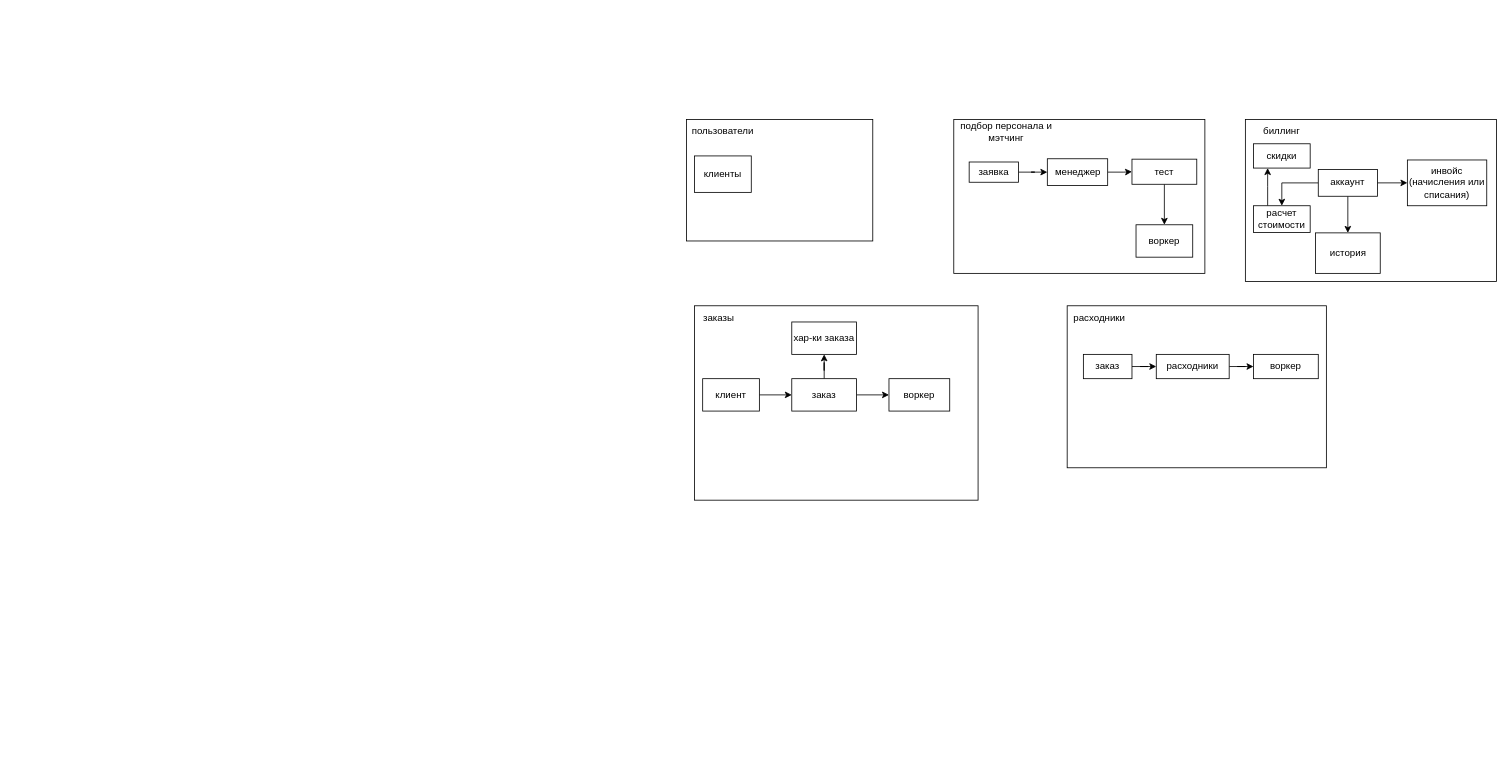
Before: home_works/1/data_model/data_model_mcf.drawio in JaneJavannie/system_design_mcf, a draw.io diagram. Source tidied: cells renumbered, new cells numbered last; positions are measured from the earlier drawing's top-left corner, leaving out a move shared by most shapes. Both pictures are drawn from the tidied source at 81%, with x=0, y=0 at pixel (686, 119).
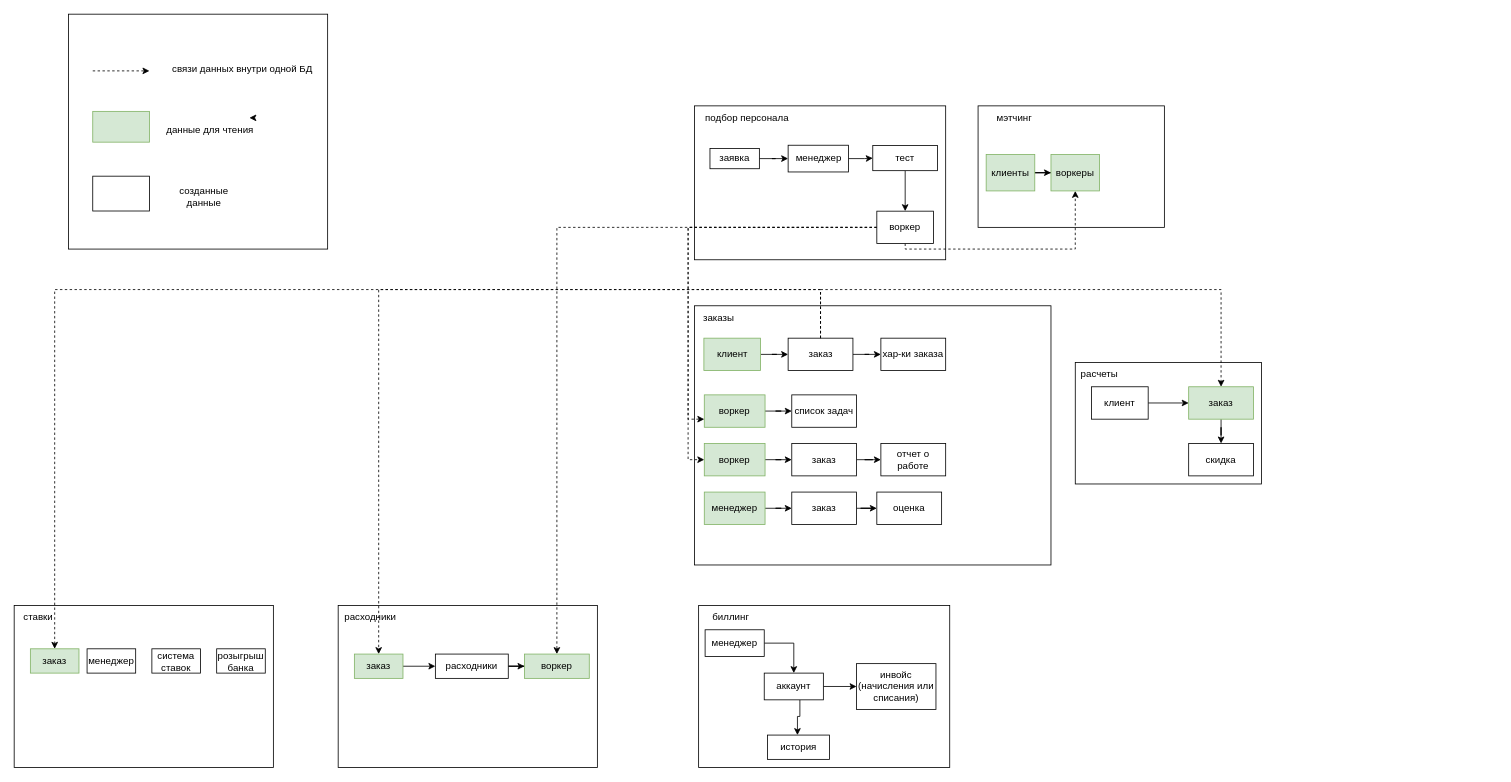
The same page after the edit.

Diff of the diagram source:
```diff
@@
     <mxCell id="2" style="rounded=0;whiteSpace=wrap;html=1;" parent="1" vertex="1">
-      <mxGeometry width="230" height="150" as="geometry" />
+      <mxGeometry x="360" y="-16.8" width="230" height="150" as="geometry" />
     </mxCell>
     <mxCell id="3" style="rounded=0;whiteSpace=wrap;html=1;" parent="1" vertex="1">
-      <mxGeometry x="330" width="310" height="190" as="geometry" />
+      <mxGeometry x="10" y="-16.8" width="310" height="190" as="geometry" />
     </mxCell>
     <mxCell id="4" style="rounded=0;whiteSpace=wrap;html=1;" parent="1" vertex="1">
-      <mxGeometry x="690" width="310" height="200" as="geometry" />
+      <mxGeometry x="15" y="600" width="310" height="200" as="geometry" />
     </mxCell>
     <mxCell id="5" style="rounded=0;whiteSpace=wrap;html=1;" parent="1" vertex="1">
-      <mxGeometry x="10" y="230" width="350" height="240" as="geometry" />
+      <mxGeometry x="10" y="230" width="440" height="320" as="geometry" />
     </mxCell>
     <mxCell id="6" style="rounded=0;whiteSpace=wrap;html=1;" parent="1" vertex="1">
-      <mxGeometry x="470" y="230" width="320" height="200" as="geometry" />
+      <mxGeometry x="-430" y="600" width="320" height="200" as="geometry" />
     </mxCell>
-    <mxCell id="7" value="пользователи" style="text;html=1;align=center;verticalAlign=middle;whiteSpace=wrap;rounded=0;" parent="1" vertex="1">
-      <mxGeometry width="90" height="30" as="geometry" />
+    <mxCell id="7" value="мэтчинг" style="text;html=1;align=center;verticalAlign=middle;whiteSpace=wrap;rounded=0;" parent="1" vertex="1">
+      <mxGeometry x="360" y="-16.8" width="90" height="30" as="geometry" />
     </mxCell>
-    <mxCell id="8" value="подбор персонала и мэтчинг" style="text;html=1;align=center;verticalAlign=middle;whiteSpace=wrap;rounded=0;" parent="1" vertex="1">
-      <mxGeometry x="330" width="130" height="30" as="geometry" />
+    <mxCell id="8" value="подбор персонала" style="text;html=1;align=center;verticalAlign=middle;whiteSpace=wrap;rounded=0;" parent="1" vertex="1">
+      <mxGeometry x="10" y="-16.8" width="130" height="30" as="geometry" />
     </mxCell>
@@
     <mxCell id="10" value="расходники" style="text;html=1;align=center;verticalAlign=middle;whiteSpace=wrap;rounded=0;" parent="1" vertex="1">
-      <mxGeometry x="470" y="230" width="80" height="30" as="geometry" />
+      <mxGeometry x="-430" y="600" width="80" height="30" as="geometry" />
     </mxCell>
     <mxCell id="11" value="биллинг" style="text;html=1;align=center;verticalAlign=middle;whiteSpace=wrap;rounded=0;" parent="1" vertex="1">
-      <mxGeometry x="690" width="90" height="30" as="geometry" />
+      <mxGeometry x="10" y="600" width="90" height="30" as="geometry" />
     </mxCell>
+    <mxCell id="41" style="edgeStyle=orthogonalEdgeStyle;rounded=0;jettySize=auto;html=1;entryX=0;entryY=0.5;entryDx=0;entryDy=0;" parent="1" edge="1" source="12" target="52">
+      <mxGeometry relative="1" as="geometry" />
+    </mxCell>
-    <mxCell id="12" value="клиенты" style="rounded=0;whiteSpace=wrap;html=1;" parent="1" vertex="1">
-      <mxGeometry x="10" y="45" width="70" height="45" as="geometry" />
+    <mxCell id="12" value="клиенты" style="rounded=0;whiteSpace=wrap;html=1;fillColor=#d5e8d4;strokeColor=#82b366;" parent="1" vertex="1">
+      <mxGeometry x="370" y="43.2" width="60" height="45" as="geometry" />
     </mxCell>
-    <mxCell id="13" style="edgeStyle=orthogonalEdgeStyle;rounded=0;jettySize=auto;html=1;entryX=0;entryY=0.5;entryDx=0;entryDy=0;" parent="1" edge="1" source="15" target="19">
-      <mxGeometry relative="1" as="geometry" />
-    </mxCell>
@@
+    <mxCell id="42" style="edgeStyle=orthogonalEdgeStyle;rounded=0;jettySize=auto;html=1;entryX=0.5;entryY=0;entryDx=0;entryDy=0;dashed=1;" parent="1" edge="1" source="15" target="37">
+      <mxGeometry relative="1" as="geometry">
+        <Array as="points">
+          <mxPoint x="166" y="210" />
+          <mxPoint x="-380" y="210" />
+        </Array>
+      </mxGeometry>
+    </mxCell>
     <mxCell id="15" value="заказ" style="rounded=0;whiteSpace=wrap;html=1;" parent="1" vertex="1">
-      <mxGeometry x="130" y="320" width="80" height="40" as="geometry" />
+      <mxGeometry x="125.5" y="270" width="80" height="40" as="geometry" />
     </mxCell>
     <mxCell id="16" value="хар-ки заказа" style="rounded=0;whiteSpace=wrap;html=1;" parent="1" vertex="1">
-      <mxGeometry x="130" y="250" width="80" height="40" as="geometry" />
+      <mxGeometry x="240" y="270" width="80" height="40" as="geometry" />
     </mxCell>
@@
-    <mxCell id="18" value="клиент" style="rounded=0;whiteSpace=wrap;html=1;" parent="1" vertex="1">
-      <mxGeometry x="20" y="320" width="70" height="40" as="geometry" />
+    <mxCell id="18" value="клиент" style="rounded=0;whiteSpace=wrap;html=1;fillColor=#d5e8d4;strokeColor=#82b366;" parent="1" vertex="1">
+      <mxGeometry x="21.5" y="270" width="70" height="40" as="geometry" />
     </mxCell>
+    <mxCell id="43" style="edgeStyle=orthogonalEdgeStyle;rounded=0;jettySize=auto;html=1;entryX=0;entryY=0.5;entryDx=0;entryDy=0;" parent="1" edge="1" source="19" target="58">
+      <mxGeometry relative="1" as="geometry" />
+    </mxCell>
-    <mxCell id="19" value="воркер" style="rounded=0;whiteSpace=wrap;html=1;" parent="1" vertex="1">
-      <mxGeometry x="250" y="320" width="75" height="40" as="geometry" />
+    <mxCell id="19" value="воркер" style="rounded=0;whiteSpace=wrap;html=1;fillColor=#d5e8d4;strokeColor=#82b366;" parent="1" vertex="1">
+      <mxGeometry x="22" y="340" width="75" height="40" as="geometry" />
     </mxCell>
@@
     <mxCell id="21" value="заявка" style="rounded=0;whiteSpace=wrap;html=1;" parent="1" vertex="1">
-      <mxGeometry x="349" y="52.5" width="61" height="25" as="geometry" />
+      <mxGeometry x="29" y="35.8" width="61" height="25" as="geometry" />
     </mxCell>
@@
     <mxCell id="23" value="менеджер" style="rounded=0;whiteSpace=wrap;html=1;" parent="1" vertex="1">
-      <mxGeometry x="445.5" y="48.5" width="74.5" height="33" as="geometry" />
+      <mxGeometry x="125.5" y="31.8" width="74.5" height="33" as="geometry" />
     </mxCell>
@@
     <mxCell id="25" value="тест" style="rounded=0;whiteSpace=wrap;html=1;" parent="1" vertex="1">
-      <mxGeometry x="550" y="49" width="80" height="31" as="geometry" />
+      <mxGeometry x="230" y="32.2" width="80" height="31" as="geometry" />
     </mxCell>
+    <mxCell id="44" style="edgeStyle=orthogonalEdgeStyle;rounded=0;jettySize=auto;html=1;entryX=0.5;entryY=1;entryDx=0;entryDy=0;dashed=1;" parent="1" edge="1" source="26" target="52">
+      <mxGeometry relative="1" as="geometry">
+        <Array as="points">
+          <mxPoint x="270" y="160" />
+          <mxPoint x="480" y="160" />
+        </Array>
+      </mxGeometry>
+    </mxCell>
+    <mxCell id="45" style="edgeStyle=orthogonalEdgeStyle;rounded=0;jettySize=auto;html=1;entryX=0;entryY=0.75;entryDx=0;entryDy=0;dashed=1;" parent="1" edge="1" source="26" target="19">
+      <mxGeometry relative="1" as="geometry" />
+    </mxCell>
+    <mxCell id="46" style="edgeStyle=orthogonalEdgeStyle;rounded=0;jettySize=auto;html=1;entryX=0;entryY=0.5;entryDx=0;entryDy=0;dashed=1;" parent="1" edge="1" source="26" target="62">
+      <mxGeometry relative="1" as="geometry" />
+    </mxCell>
+    <mxCell id="47" style="edgeStyle=orthogonalEdgeStyle;rounded=0;jettySize=auto;html=1;entryX=0.5;entryY=0;entryDx=0;entryDy=0;dashed=1;" parent="1" edge="1" source="26" target="40">
+      <mxGeometry relative="1" as="geometry" />
+    </mxCell>
     <mxCell id="26" value="воркер" style="rounded=0;whiteSpace=wrap;html=1;" parent="1" vertex="1">
-      <mxGeometry x="555" y="130" width="70" height="40" as="geometry" />
+      <mxGeometry x="235" y="113.2" width="70" height="40" as="geometry" />
     </mxCell>
@@
     <mxCell id="28" style="edgeStyle=orthogonalEdgeStyle;rounded=0;jettySize=auto;html=1;" parent="1" edge="1" source="30" target="32">
-      <mxGeometry relative="1" as="geometry" />
+      <mxGeometry relative="1" as="geometry">
+        <Array as="points">
+          <mxPoint x="140" y="737" />
+          <mxPoint x="137" y="737" />
+        </Array>
+      </mxGeometry>
     </mxCell>
-    <mxCell id="29" style="edgeStyle=orthogonalEdgeStyle;rounded=0;jettySize=auto;html=1;entryX=0.5;entryY=0;entryDx=0;entryDy=0;" parent="1" edge="1" source="30" target="35">
-      <mxGeometry relative="1" as="geometry" />
-    </mxCell>
     <mxCell id="30" value="аккаунт" style="rounded=0;whiteSpace=wrap;html=1;" parent="1" vertex="1">
-      <mxGeometry x="780" y="61.8" width="73" height="33" as="geometry" />
+      <mxGeometry x="96" y="683.5" width="73" height="33" as="geometry" />
     </mxCell>
     <mxCell id="31" value="инвойс (начисления или списания)" style="rounded=0;whiteSpace=wrap;html=1;" parent="1" vertex="1">
-      <mxGeometry x="890" y="50" width="98" height="56.5" as="geometry" />
+      <mxGeometry x="210" y="671.8" width="98" height="56.5" as="geometry" />
     </mxCell>
     <mxCell id="32" value="история" style="rounded=0;whiteSpace=wrap;html=1;" parent="1" vertex="1">
-      <mxGeometry x="776.5" y="140" width="80" height="50" as="geometry" />
+      <mxGeometry x="100" y="760" width="76.5" height="30" as="geometry" />
     </mxCell>
-    <mxCell id="33" value="скидки" style="rounded=0;whiteSpace=wrap;html=1;" parent="1" vertex="1">
-      <mxGeometry x="700" y="30" width="70" height="30" as="geometry" />
-    </mxCell>
-    <mxCell id="34" style="edgeStyle=orthogonalEdgeStyle;rounded=0;jettySize=auto;html=1;entryX=0.25;entryY=1;entryDx=0;entryDy=0;" parent="1" edge="1" source="35" target="33">
-      <mxGeometry relative="1" as="geometry">
-        <Array as="points">
-          <mxPoint x="718" y="83" />
-        </Array>
-      </mxGeometry>
-    </mxCell>
-    <mxCell id="35" value="расчет стоимости" style="rounded=0;whiteSpace=wrap;html=1;" parent="1" vertex="1">
-      <mxGeometry x="700" y="106.5" width="70" height="33" as="geometry" />
-    </mxCell>
@@
-    <mxCell id="37" value="заказ" style="rounded=0;whiteSpace=wrap;html=1;" parent="1" vertex="1">
-      <mxGeometry x="490" y="290" width="60" height="30" as="geometry" />
+    <mxCell id="37" value="заказ" style="rounded=0;whiteSpace=wrap;html=1;fillColor=#d5e8d4;strokeColor=#82b366;" parent="1" vertex="1">
+      <mxGeometry x="-410" y="660" width="60" height="30" as="geometry" />
     </mxCell>
@@
     <mxCell id="39" value="расходники" style="rounded=0;whiteSpace=wrap;html=1;" parent="1" vertex="1">
-      <mxGeometry x="580" y="290" width="90" height="30" as="geometry" />
+      <mxGeometry x="-310" y="660" width="90" height="30" as="geometry" />
     </mxCell>
-    <mxCell id="40" value="воркер" style="rounded=0;whiteSpace=wrap;html=1;" parent="1" vertex="1">
-      <mxGeometry x="700" y="290" width="80" height="30" as="geometry" />
+    <mxCell id="40" value="воркер" style="rounded=0;whiteSpace=wrap;html=1;fillColor=#d5e8d4;strokeColor=#82b366;" parent="1" vertex="1">
+      <mxGeometry x="-200" y="660" width="80" height="30" as="geometry" />
     </mxCell>
+    <mxCell id="48" style="rounded=0;whiteSpace=wrap;html=1;" parent="1" vertex="1">
+      <mxGeometry x="480" y="300" width="230" height="150" as="geometry" />
+    </mxCell>
+    <mxCell id="49" value="расчеты" style="text;html=1;align=center;verticalAlign=middle;whiteSpace=wrap;rounded=0;" parent="1" vertex="1">
+      <mxGeometry x="480" y="300" width="60" height="30" as="geometry" />
+    </mxCell>
+    <mxCell id="50" style="rounded=0;whiteSpace=wrap;html=1;" parent="1" vertex="1">
+      <mxGeometry x="-830" y="600" width="320" height="200" as="geometry" />
+    </mxCell>
+    <mxCell id="51" value="ставки" style="text;html=1;align=center;verticalAlign=middle;whiteSpace=wrap;rounded=0;" parent="1" vertex="1">
+      <mxGeometry x="-830" y="600" width="60" height="30" as="geometry" />
+    </mxCell>
+    <mxCell id="52" value="воркеры" style="rounded=0;whiteSpace=wrap;html=1;fillColor=#d5e8d4;strokeColor=#82b366;" parent="1" vertex="1">
+      <mxGeometry x="450" y="43.2" width="60" height="45" as="geometry" />
+    </mxCell>
+    <mxCell id="53" style="edgeStyle=orthogonalEdgeStyle;rounded=0;jettySize=auto;html=1;entryX=0.5;entryY=0;entryDx=0;entryDy=0;" parent="1" edge="1" source="54" target="57">
+      <mxGeometry relative="1" as="geometry" />
+    </mxCell>
+    <mxCell id="54" value="заказ" style="rounded=0;whiteSpace=wrap;html=1;fillColor=#d5e8d4;strokeColor=#82b366;" parent="1" vertex="1">
+      <mxGeometry x="620" y="330" width="80" height="40" as="geometry" />
+    </mxCell>
+    <mxCell id="55" style="edgeStyle=orthogonalEdgeStyle;rounded=0;jettySize=auto;html=1;entryX=0;entryY=0.5;entryDx=0;entryDy=0;" parent="1" edge="1" source="56" target="54">
+      <mxGeometry relative="1" as="geometry" />
+    </mxCell>
+    <mxCell id="56" value="клиент" style="rounded=0;whiteSpace=wrap;html=1;" parent="1" vertex="1">
+      <mxGeometry x="500" y="330" width="70" height="40" as="geometry" />
+    </mxCell>
+    <mxCell id="57" value="скидка" style="rounded=0;whiteSpace=wrap;html=1;" parent="1" vertex="1">
+      <mxGeometry x="620" y="400" width="80" height="40" as="geometry" />
+    </mxCell>
+    <mxCell id="58" value="список задач" style="rounded=0;whiteSpace=wrap;html=1;" parent="1" vertex="1">
+      <mxGeometry x="130" y="340" width="80" height="40" as="geometry" />
+    </mxCell>
+    <mxCell id="59" style="edgeStyle=orthogonalEdgeStyle;rounded=0;jettySize=auto;html=1;entryX=0;entryY=0.5;entryDx=0;entryDy=0;" parent="1" edge="1" source="60" target="63">
+      <mxGeometry relative="1" as="geometry" />
+    </mxCell>
+    <mxCell id="60" value="заказ" style="rounded=0;whiteSpace=wrap;html=1;" parent="1" vertex="1">
+      <mxGeometry x="130" y="400" width="80" height="40" as="geometry" />
+    </mxCell>
+    <mxCell id="61" style="edgeStyle=orthogonalEdgeStyle;rounded=0;jettySize=auto;html=1;entryX=0;entryY=0.5;entryDx=0;entryDy=0;" parent="1" edge="1" source="62" target="60">
+      <mxGeometry relative="1" as="geometry" />
+    </mxCell>
+    <mxCell id="62" value="воркер" style="rounded=0;whiteSpace=wrap;html=1;fillColor=#d5e8d4;strokeColor=#82b366;" parent="1" vertex="1">
+      <mxGeometry x="22" y="400" width="75" height="40" as="geometry" />
+    </mxCell>
+    <mxCell id="63" value="отчет о работе" style="rounded=0;whiteSpace=wrap;html=1;" parent="1" vertex="1">
+      <mxGeometry x="240" y="400" width="80" height="40" as="geometry" />
+    </mxCell>
+    <mxCell id="64" style="edgeStyle=orthogonalEdgeStyle;rounded=0;jettySize=auto;html=1;entryX=0;entryY=0.5;entryDx=0;entryDy=0;" parent="1" edge="1" source="65" target="67">
+      <mxGeometry relative="1" as="geometry" />
+    </mxCell>
+    <mxCell id="65" value="менеджер" style="rounded=0;whiteSpace=wrap;html=1;fillColor=#d5e8d4;strokeColor=#82b366;" parent="1" vertex="1">
+      <mxGeometry x="22" y="460" width="75" height="40" as="geometry" />
+    </mxCell>
+    <mxCell id="66" style="edgeStyle=orthogonalEdgeStyle;rounded=0;jettySize=auto;html=1;entryX=0;entryY=0.5;entryDx=0;entryDy=0;" parent="1" edge="1" source="67" target="68">
+      <mxGeometry relative="1" as="geometry" />
+    </mxCell>
+    <mxCell id="67" value="заказ" style="rounded=0;whiteSpace=wrap;html=1;" parent="1" vertex="1">
+      <mxGeometry x="130" y="460" width="80" height="40" as="geometry" />
+    </mxCell>
+    <mxCell id="68" value="оценка" style="rounded=0;whiteSpace=wrap;html=1;" parent="1" vertex="1">
+      <mxGeometry x="235" y="460" width="80" height="40" as="geometry" />
+    </mxCell>
+    <mxCell id="69" style="edgeStyle=orthogonalEdgeStyle;rounded=0;jettySize=auto;html=1;entryX=0.5;entryY=0;entryDx=0;entryDy=0;" parent="1" edge="1" source="70" target="30">
+      <mxGeometry relative="1" as="geometry">
+        <Array as="points">
+          <mxPoint x="133" y="647" />
+        </Array>
+      </mxGeometry>
+    </mxCell>
+    <mxCell id="70" value="менеджер" style="rounded=0;whiteSpace=wrap;html=1;" parent="1" vertex="1">
+      <mxGeometry x="23" y="630" width="73" height="33" as="geometry" />
+    </mxCell>
+    <mxCell id="71" value="заказ" style="rounded=0;whiteSpace=wrap;html=1;fillColor=#d5e8d4;strokeColor=#82b366;" parent="1" vertex="1">
+      <mxGeometry x="-810" y="653.5" width="60" height="30" as="geometry" />
+    </mxCell>
+    <mxCell id="72" value="система ставок" style="rounded=0;whiteSpace=wrap;html=1;" parent="1" vertex="1">
+      <mxGeometry x="-660" y="653.5" width="60" height="30" as="geometry" />
+    </mxCell>
+    <mxCell id="73" value="менеджер" style="rounded=0;whiteSpace=wrap;html=1;" parent="1" vertex="1">
+      <mxGeometry x="-740" y="653.5" width="60" height="30" as="geometry" />
+    </mxCell>
+    <mxCell id="74" value="розыгрыш банка" style="rounded=0;whiteSpace=wrap;html=1;" parent="1" vertex="1">
+      <mxGeometry x="-580" y="653.5" width="60" height="30" as="geometry" />
+    </mxCell>
+    <mxCell id="75" style="rounded=0;whiteSpace=wrap;html=1;" parent="1" vertex="1">
+      <mxGeometry x="-763" y="-130" width="320" height="290" as="geometry" />
+    </mxCell>
+    <mxCell id="76" value="связи данных внутри одной БД" style="text;html=1;align=center;verticalAlign=middle;whiteSpace=wrap;rounded=0;" parent="1" vertex="1">
+      <mxGeometry x="-643" y="-76.8" width="190" height="30" as="geometry" />
+    </mxCell>
+    <mxCell id="77" style="endArrow=classic;html=1;rounded=0;dashed=1;" parent="1" edge="1">
+      <mxGeometry relative="1" as="geometry">
+        <mxPoint x="-733" y="-60" as="sourcePoint" />
+        <mxPoint x="-663" y="-60" as="targetPoint" />
+        <Array as="points">
+          <mxPoint x="-673" y="-60" />
+        </Array>
+      </mxGeometry>
+    </mxCell>
+    <mxCell id="78" style="rounded=0;whiteSpace=wrap;html=1;fillColor=#d5e8d4;strokeColor=#82b366;" parent="1" vertex="1">
+      <mxGeometry x="-733" y="-10" width="70" height="38" as="geometry" />
+    </mxCell>
+    <mxCell id="79" value="данные для чтения" style="text;html=1;align=center;verticalAlign=middle;whiteSpace=wrap;rounded=0;" parent="1" vertex="1">
+      <mxGeometry x="-643" y="-2" width="110" height="30" as="geometry" />
+    </mxCell>
+    <mxCell id="80" style="rounded=0;whiteSpace=wrap;html=1;" parent="1" vertex="1">
+      <mxGeometry x="-733" y="70" width="70" height="43" as="geometry" />
+    </mxCell>
+    <mxCell id="81" value="созданные данные" style="text;html=1;align=center;verticalAlign=middle;whiteSpace=wrap;rounded=0;" parent="1" vertex="1">
+      <mxGeometry x="-633" y="80" width="75" height="30" as="geometry" />
+    </mxCell>
+    <mxCell id="82" style="edgeStyle=orthogonalEdgeStyle;rounded=0;jettySize=auto;html=1;exitX=1;exitY=0;exitDx=0;exitDy=0;entryX=0.698;entryY=0.444;entryDx=0;entryDy=0;entryPerimeter=0;" parent="1" edge="1" source="79" target="75">
+      <mxGeometry relative="1" as="geometry" />
+    </mxCell>
+    <mxCell id="83" style="edgeStyle=orthogonalEdgeStyle;rounded=0;jettySize=auto;html=1;entryX=0.5;entryY=0;entryDx=0;entryDy=0;dashed=1;" parent="1" edge="1" source="15" target="71">
+      <mxGeometry relative="1" as="geometry">
+        <Array as="points">
+          <mxPoint x="166" y="210" />
+          <mxPoint x="-780" y="210" />
+        </Array>
+      </mxGeometry>
+    </mxCell>
+    <mxCell id="84" style="edgeStyle=orthogonalEdgeStyle;rounded=0;jettySize=auto;html=1;entryX=0.5;entryY=0;entryDx=0;entryDy=0;dashed=1;" parent="1" edge="1" source="15" target="54">
+      <mxGeometry relative="1" as="geometry">
+        <Array as="points">
+          <mxPoint x="166" y="210" />
+          <mxPoint x="660" y="210" />
+        </Array>
+      </mxGeometry>
+    </mxCell>
```
